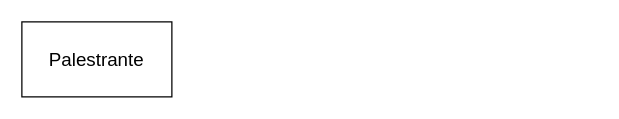
olucascdev/Projeto-de-Banco-de-Dados-para-Sistema-de-Gest-o-de-Eventos keeps this draw.io diagram as sistema de gestão de eventos..drawio. Above is the earlier version. Source tidied: cells renumbered, new cells numbered last; positions are measured from the earlier drawing's top-left corner, leaving out a move shared by most shapes. Both pictures are drawn from the tidied source at 125%, with x=0, y=0 at pixel (21, 21).
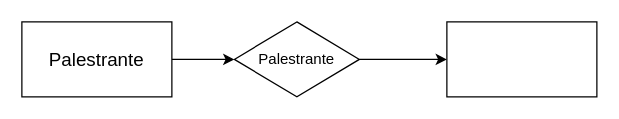
Above is the later version.

Diff of the diagram source:
```diff
@@
 <mxGraphModel>
   <root>
     <mxCell id="0" />
     <mxCell id="1" parent="0" />
+    <mxCell id="3" style="edgeStyle=orthogonalEdgeStyle;rounded=0;jettySize=auto;html=1;" parent="1" edge="1" source="2" target="5">
+      <mxGeometry relative="1" as="geometry" />
+    </mxCell>
     <mxCell id="2" value="&lt;font style=&quot;font-size: 15px;&quot;&gt;Palestrante&lt;/font&gt;" style="rounded=0;whiteSpace=wrap;html=1;" parent="1" vertex="1">
       <mxGeometry width="120" height="60" as="geometry" />
     </mxCell>
+    <mxCell id="4" style="edgeStyle=orthogonalEdgeStyle;rounded=0;jettySize=auto;html=1;" parent="1" edge="1" source="5" target="6">
+      <mxGeometry relative="1" as="geometry" />
+    </mxCell>
+    <mxCell id="5" value="Palestrante" style="rhombus;whiteSpace=wrap;html=1;rounded=0;" parent="1" vertex="1">
+      <mxGeometry x="170" width="100" height="60" as="geometry" />
+    </mxCell>
+    <mxCell id="6" style="whiteSpace=wrap;html=1;rounded=0;" parent="1" vertex="1">
+      <mxGeometry x="340" width="120" height="60" as="geometry" />
+    </mxCell>
   </root>
 </mxGraphModel>
```
